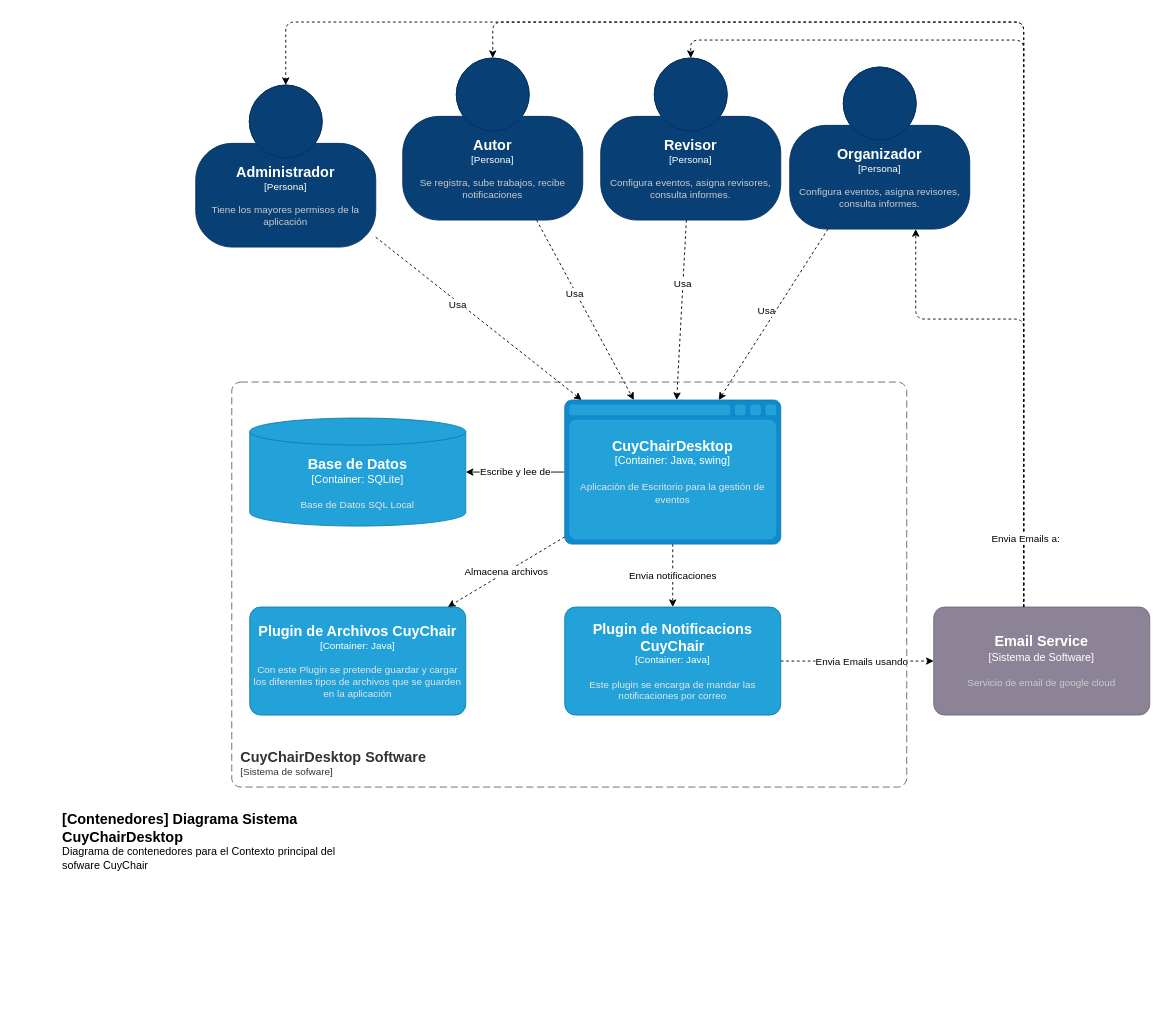
This is cuyChairDesktop/C4/Contenedores.drawio from Whouaaass/CuyChair-Docs, a draw.io file, before an edit. Source tidied: cells renumbered, new cells numbered last; positions are measured from the earlier drawing's top-left corner, leaving out a move shared by most shapes. Both pictures are drawn from the tidied source at 90%, with x=0, y=0 at pixel (60, 22).
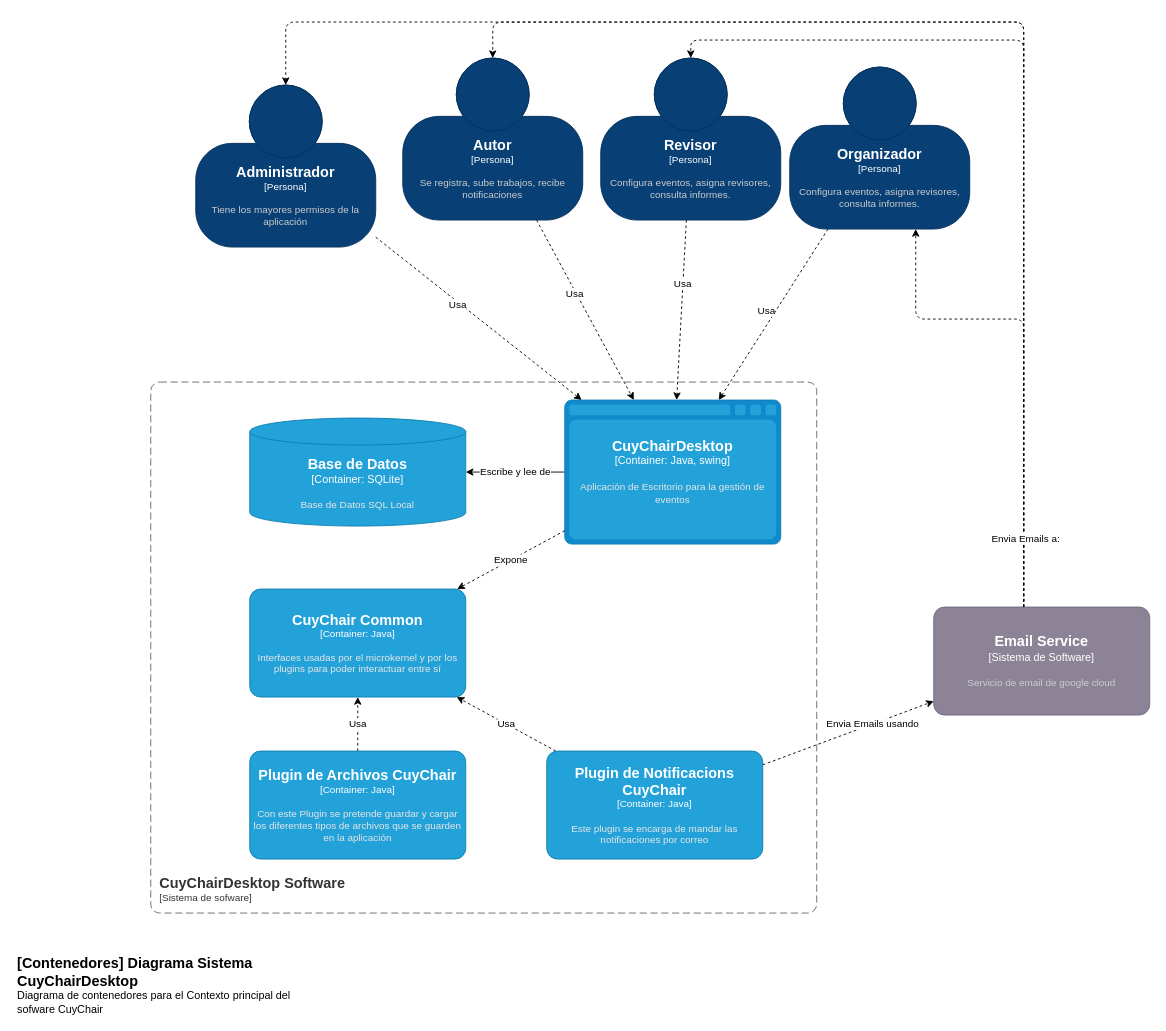
Above is the later version.

The change refers to these unchanged cells:
```xml
<mxCell id="11" style="edgeStyle=none;html=1;dashed=1;jumpSize=19;" parent="1" edge="1" source="29" target="10">
  <mxGeometry relative="1" as="geometry" />
</mxCell>
<object id="26" label="&lt;font style=&quot;font-size: 16px&quot;&gt;&lt;b&gt;%c4Type%&lt;/b&gt;&lt;/font&gt;&lt;div&gt;[%c4Container%:&amp;nbsp;%c4Technology%]&lt;/div&gt;&lt;br&gt;&lt;div&gt;&lt;font style=&quot;font-size: 11px&quot;&gt;&lt;font color=&quot;#E6E6E6&quot;&gt;%c4Description%&lt;/font&gt;&lt;/div&gt;" c4Container="Container" c4Description="Aplicación de Escritorio para la gestión de eventos" c4Technology="Java, swing" c4Type="CuyChairDesktop" placeholders="1">
  <mxCell style="shape=mxgraph.c4.webBrowserContainer2;whiteSpace=wrap;html=1;boundedLbl=1;rounded=0;labelBackgroundColor=none;strokeColor=#118ACD;fillColor=#23A2D9;strokeColor=#118ACD;strokeColor2=#0E7DAD;fontSize=12;fontColor=#ffffff;align=center;points=[[0.5,0,0],[1,0.25,0],[1,0.5,0],[1,0.75,0],[0.5,1,0],[0,0.75,0],[0,0.5,0],[0,0.25,0]];" parent="1" vertex="1">
    <mxGeometry x="560" y="420" width="240" height="160" as="geometry" />
  </mxCell>
</object>
```

Diff of the diagram source:
```diff
@@
     <mxCell id="12" value="Envia Emails usando" style="edgeLabel;html=1;align=center;verticalAlign=middle;" parent="11" vertex="1">
       <mxGeometry x="-0.13" y="-2" relative="1" as="geometry">
-        <mxPoint x="15" y="-2" as="offset" />
+        <mxPoint x="38" y="-17" as="offset" />
       </mxGeometry>
     </mxCell>
@@
     <object id="22" label="&lt;font style=&quot;font-size: 16px&quot;&gt;&lt;b&gt;&lt;div style=&quot;text-align: left&quot;&gt;%c4Name%&lt;/div&gt;&lt;/b&gt;&lt;/font&gt;&lt;div style=&quot;text-align: left&quot;&gt;[%c4Application%]&lt;/div&gt;" c4Application="Sistema de sofware" c4Name="CuyChairDesktop Software" placeholders="1">
       <mxCell style="rounded=1;fontSize=11;whiteSpace=wrap;html=1;dashed=1;arcSize=20;fillColor=none;strokeColor=#666666;fontColor=#333333;labelBackgroundColor=none;align=left;verticalAlign=bottom;labelBorderColor=none;spacingTop=0;spacing=10;dashPattern=8 4;perimeter=rectanglePerimeter;noLabel=0;labelPadding=0;absoluteArcSize=1;" parent="1" vertex="1">
-        <mxGeometry x="190" y="400" width="750" height="450" as="geometry" />
+        <mxGeometry x="100" y="400" width="740" height="590" as="geometry" />
       </mxCell>
     </object>
@@
-    <mxCell id="24" value="Envia notificaciones" style="edgeStyle=none;html=1;dashed=1;" parent="1" edge="1" source="26" target="29">
-      <mxGeometry relative="1" as="geometry" />
-    </mxCell>
-    <mxCell id="25" value="Almacena archivos" style="edgeStyle=none;html=1;dashed=1;" parent="1" edge="1" source="26" target="30">
-      <mxGeometry relative="1" as="geometry" />
-    </mxCell>
@@
     <object id="28" label="&lt;font style=&quot;font-size: 16px&quot;&gt;&lt;b&gt;&lt;div style=&quot;text-align: left&quot;&gt;%c4Name%&lt;/div&gt;&lt;/b&gt;&lt;/font&gt;&lt;div style=&quot;text-align: left&quot;&gt;%c4Description%&lt;/div&gt;" c4Description="Diagrama de contenedores para el Contexto principal del sofware CuyChair" c4Name="[Contenedores] Diagrama Sistema CuyChairDesktop" placeholders="1">
       <mxCell style="text;html=1;strokeColor=none;fillColor=none;align=left;verticalAlign=top;whiteSpace=wrap;rounded=0;" parent="1" vertex="1">
-        <mxGeometry y="870" width="350" height="40" as="geometry" />
+        <mxGeometry x="-50" y="1030" width="350" height="40" as="geometry" />
       </mxCell>
     </object>
+    <mxCell id="31" value="Usa" style="edgeStyle=none;html=1;dashed=1;" parent="1" edge="1" source="29" target="34">
+      <mxGeometry relative="1" as="geometry" />
+    </mxCell>
     <object id="29" label="&lt;font style=&quot;font-size: 16px&quot;&gt;&lt;b&gt;%c4Name%&lt;/b&gt;&lt;/font&gt;&lt;div&gt;[%c4Type%: %c4Technology%]&lt;/div&gt;&lt;br&gt;&lt;div&gt;&lt;font style=&quot;font-size: 11px&quot;&gt;&lt;font color=&quot;#E6E6E6&quot;&gt;%c4Description%&lt;/font&gt;&lt;/div&gt;" c4Description="Este plugin se encarga de mandar las notificaciones por correo" c4Name="Plugin de Notificacions CuyChair" c4Technology="Java" c4Type="Container" placeholders="1">
       <mxCell style="rounded=1;whiteSpace=wrap;html=1;fontSize=11;labelBackgroundColor=none;fillColor=#23A2D9;fontColor=#ffffff;align=center;arcSize=10;strokeColor=#0E7DAD;points=[[0.25,0,0],[0.5,0,0],[0.75,0,0],[1,0.25,0],[1,0.5,0],[1,0.75,0],[0.75,1,0],[0.5,1,0],[0.25,1,0],[0,0.75,0],[0,0.5,0],[0,0.25,0]];" parent="1" vertex="1">
-        <mxGeometry x="560" y="650" width="240" height="120" as="geometry" />
+        <mxGeometry x="540" y="810" width="240" height="120" as="geometry" />
       </mxCell>
     </object>
+    <mxCell id="32" value="Usa" style="edgeStyle=none;html=1;dashed=1;" parent="1" edge="1" source="30" target="34">
+      <mxGeometry relative="1" as="geometry" />
+    </mxCell>
     <object id="30" label="&lt;font style=&quot;font-size: 16px&quot;&gt;&lt;b&gt;%c4Name%&lt;/b&gt;&lt;/font&gt;&lt;div&gt;[%c4Type%: %c4Technology%]&lt;/div&gt;&lt;br&gt;&lt;div&gt;&lt;font style=&quot;font-size: 11px&quot;&gt;&lt;font color=&quot;#E6E6E6&quot;&gt;%c4Description%&lt;/font&gt;&lt;/div&gt;" c4Description="Con este Plugin se pretende guardar y cargar los diferentes tipos de archivos que se guarden en la aplicación" c4Name="Plugin de Archivos CuyChair" c4Technology="Java" c4Type="Container" placeholders="1">
       <mxCell style="rounded=1;whiteSpace=wrap;html=1;fontSize=11;labelBackgroundColor=none;fillColor=#23A2D9;fontColor=#ffffff;align=center;arcSize=10;strokeColor=#0E7DAD;points=[[0.25,0,0],[0.5,0,0],[0.75,0,0],[1,0.25,0],[1,0.5,0],[1,0.75,0],[0.75,1,0],[0.5,1,0],[0.25,1,0],[0,0.75,0],[0,0.5,0],[0,0.25,0]];" parent="1" vertex="1">
-        <mxGeometry x="210" y="650" width="240" height="120" as="geometry" />
+        <mxGeometry x="210" y="810" width="240" height="120" as="geometry" />
       </mxCell>
     </object>
+    <mxCell id="33" value="Expone" style="edgeStyle=none;html=1;dashed=1;endArrow=classic;endFill=1;" parent="1" edge="1" source="26" target="34">
+      <mxGeometry relative="1" as="geometry" />
+    </mxCell>
+    <object id="34" label="&lt;font style=&quot;font-size: 16px&quot;&gt;&lt;b&gt;%c4Name%&lt;/b&gt;&lt;/font&gt;&lt;div&gt;[%c4Type%: %c4Technology%]&lt;/div&gt;&lt;br&gt;&lt;div&gt;&lt;font style=&quot;font-size: 11px&quot;&gt;&lt;font color=&quot;#E6E6E6&quot;&gt;%c4Description%&lt;/font&gt;&lt;/div&gt;" c4Description="Interfaces usadas por el microkernel y por los plugins para poder interactuar entre sí" c4Name="CuyChair Common" c4Technology="Java" c4Type="Container" placeholders="1">
+      <mxCell style="rounded=1;whiteSpace=wrap;html=1;fontSize=11;labelBackgroundColor=none;fillColor=#23A2D9;fontColor=#ffffff;align=center;arcSize=10;strokeColor=#0E7DAD;points=[[0.25,0,0],[0.5,0,0],[0.75,0,0],[1,0.25,0],[1,0.5,0],[1,0.75,0],[0.75,1,0],[0.5,1,0],[0.25,1,0],[0,0.75,0],[0,0.5,0],[0,0.25,0]];" parent="1" vertex="1">
+        <mxGeometry x="210" y="630" width="240" height="120" as="geometry" />
+      </mxCell>
+    </object>
```
